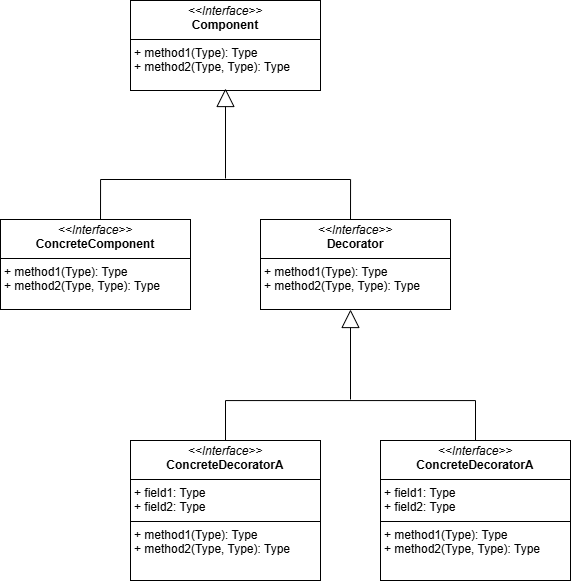
Above: diagrams/MVCT.drawio.png in TizianoLilli/ISPW-Project (draw.io), before the change. Source tidied: cells renumbered, new cells last; positions are measured from the earlier drawing's top-left corner, leaving out a move shared by most shapes. Source of this version:
```xml
<mxGraphModel>
  <root>
    <mxCell id="0" />
    <mxCell id="1" parent="0" />
    <mxCell id="2" style="edgeStyle=orthogonalEdgeStyle;rounded=0;jettySize=auto;html=1;exitX=0.5;exitY=0;exitDx=0;exitDy=0;entryX=0.5;entryY=0;entryDx=0;entryDy=0;endArrow=none;endFill=0;" parent="1" edge="1" source="3" target="4">
      <mxGeometry relative="1" as="geometry">
        <Array as="points">
          <mxPoint x="225" y="400" />
          <mxPoint x="475" y="400" />
        </Array>
      </mxGeometry>
    </mxCell>
    <mxCell id="3" value="&lt;p style=&quot;margin:0px;margin-top:4px;text-align:center;&quot;&gt;&lt;i&gt;&amp;lt;&amp;lt;Interface&amp;gt;&amp;gt;&lt;/i&gt;&lt;br&gt;&lt;b&gt;ConcreteDecoratorA&lt;/b&gt;&lt;/p&gt;&lt;hr size=&quot;1&quot; style=&quot;border-style:solid;&quot;&gt;&lt;p style=&quot;margin:0px;margin-left:4px;&quot;&gt;+ field1: Type&lt;br&gt;+ field2: Type&lt;/p&gt;&lt;hr size=&quot;1&quot; style=&quot;border-style:solid;&quot;&gt;&lt;p style=&quot;margin:0px;margin-left:4px;&quot;&gt;+ method1(Type): Type&lt;br&gt;+ method2(Type, Type): Type&lt;/p&gt;" style="verticalAlign=top;align=left;overflow=fill;html=1;whiteSpace=wrap;" parent="1" vertex="1">
      <mxGeometry x="130" y="440" width="190" height="140" as="geometry" />
    </mxCell>
    <mxCell id="4" value="&lt;p style=&quot;margin:0px;margin-top:4px;text-align:center;&quot;&gt;&lt;i&gt;&amp;lt;&amp;lt;Interface&amp;gt;&amp;gt;&lt;/i&gt;&lt;br&gt;&lt;b&gt;ConcreteDecoratorA&lt;/b&gt;&lt;/p&gt;&lt;hr size=&quot;1&quot; style=&quot;border-style:solid;&quot;&gt;&lt;p style=&quot;margin:0px;margin-left:4px;&quot;&gt;+ field1: Type&lt;br&gt;+ field2: Type&lt;/p&gt;&lt;hr size=&quot;1&quot; style=&quot;border-style:solid;&quot;&gt;&lt;p style=&quot;margin:0px;margin-left:4px;&quot;&gt;+ method1(Type): Type&lt;br&gt;+ method2(Type, Type): Type&lt;/p&gt;" style="verticalAlign=top;align=left;overflow=fill;html=1;whiteSpace=wrap;" parent="1" vertex="1">
      <mxGeometry x="380" y="440" width="190" height="140" as="geometry" />
    </mxCell>
    <mxCell id="5" style="endArrow=block;endSize=16;endFill=0;html=1;rounded=0;" parent="1" edge="1">
      <mxGeometry relative="1" as="geometry">
        <mxPoint x="350" y="399" as="sourcePoint" />
        <mxPoint x="350" y="309" as="targetPoint" />
      </mxGeometry>
    </mxCell>
    <mxCell id="6" value="&lt;p style=&quot;margin:0px;margin-top:4px;text-align:center;&quot;&gt;&lt;i&gt;&amp;lt;&amp;lt;Interface&amp;gt;&amp;gt;&lt;/i&gt;&lt;br&gt;&lt;b&gt;Decorator&lt;/b&gt;&lt;/p&gt;&lt;hr size=&quot;1&quot; style=&quot;border-style:solid;&quot;&gt;&lt;p style=&quot;margin:0px;margin-left:4px;&quot;&gt;+ method1(Type): Type&lt;br&gt;+ method2(Type, Type): Type&lt;/p&gt;" style="verticalAlign=top;align=left;overflow=fill;html=1;whiteSpace=wrap;" parent="1" vertex="1">
      <mxGeometry x="260" y="219" width="190" height="90" as="geometry" />
    </mxCell>
    <mxCell id="7" value="&lt;p style=&quot;margin:0px;margin-top:4px;text-align:center;&quot;&gt;&lt;i&gt;&amp;lt;&amp;lt;Interface&amp;gt;&amp;gt;&lt;/i&gt;&lt;br&gt;&lt;b&gt;Component&lt;/b&gt;&lt;/p&gt;&lt;hr size=&quot;1&quot; style=&quot;border-style:solid;&quot;&gt;&lt;p style=&quot;margin:0px;margin-left:4px;&quot;&gt;+ method1(Type): Type&lt;br&gt;+ method2(Type, Type): Type&lt;/p&gt;" style="verticalAlign=top;align=left;overflow=fill;html=1;whiteSpace=wrap;" parent="1" vertex="1">
      <mxGeometry x="130" width="190" height="90" as="geometry" />
    </mxCell>
    <mxCell id="8" style="group;" parent="1" vertex="1">
      <mxGeometry x="100" y="88" width="250" height="131" as="geometry" />
    </mxCell>
    <mxCell id="9" style="edgeStyle=orthogonalEdgeStyle;rounded=0;orthogonalLoop=1;jettySize=auto;html=1;exitX=0.5;exitY=0;exitDx=0;exitDy=0;entryX=0.5;entryY=0;entryDx=0;entryDy=0;endArrow=none;endFill=0;" parent="8" edge="1">
      <mxGeometry relative="1" as="geometry">
        <mxPoint y="131" as="sourcePoint" />
        <mxPoint x="250" y="131" as="targetPoint" />
        <Array as="points">
          <mxPoint y="91" />
          <mxPoint x="250" y="91" />
        </Array>
      </mxGeometry>
    </mxCell>
    <mxCell id="10" style="endArrow=block;endSize=16;endFill=0;html=1;rounded=0;" parent="8" edge="1">
      <mxGeometry relative="1" as="geometry">
        <mxPoint x="125" y="90" as="sourcePoint" />
        <mxPoint x="125" as="targetPoint" />
      </mxGeometry>
    </mxCell>
    <mxCell id="11" value="&lt;p style=&quot;margin:0px;margin-top:4px;text-align:center;&quot;&gt;&lt;i&gt;&amp;lt;&amp;lt;Interface&amp;gt;&amp;gt;&lt;/i&gt;&lt;br&gt;&lt;b&gt;ConcreteComponent&lt;/b&gt;&lt;/p&gt;&lt;hr size=&quot;1&quot; style=&quot;border-style:solid;&quot;&gt;&lt;p style=&quot;margin:0px;margin-left:4px;&quot;&gt;+ method1(Type): Type&lt;br&gt;+ method2(Type, Type): Type&lt;/p&gt;" style="verticalAlign=top;align=left;overflow=fill;html=1;whiteSpace=wrap;" parent="1" vertex="1">
      <mxGeometry y="219" width="190" height="90" as="geometry" />
    </mxCell>
  </root>
</mxGraphModel>
```
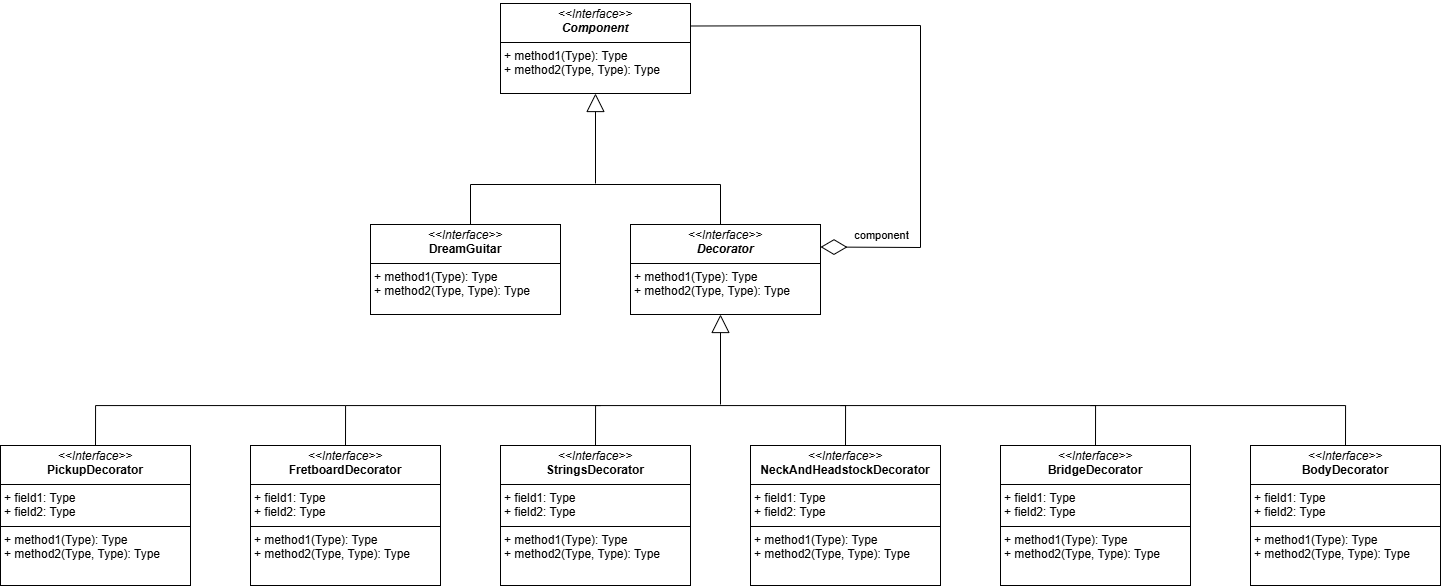
Above is the later version.

Diff of the diagram source:
```diff
@@ -2,31 +2,17 @@
   <root>
     <mxCell id="0" />
     <mxCell id="1" parent="0" />
-    <mxCell id="2" style="edgeStyle=orthogonalEdgeStyle;rounded=0;jettySize=auto;html=1;exitX=0.5;exitY=0;exitDx=0;exitDy=0;entryX=0.5;entryY=0;entryDx=0;entryDy=0;endArrow=none;endFill=0;" parent="1" edge="1" source="3" target="4">
-      <mxGeometry relative="1" as="geometry">
-        <Array as="points">
-          <mxPoint x="225" y="400" />
-          <mxPoint x="475" y="400" />
-        </Array>
-      </mxGeometry>
-    </mxCell>
-    <mxCell id="3" value="&lt;p style=&quot;margin:0px;margin-top:4px;text-align:center;&quot;&gt;&lt;i&gt;&amp;lt;&amp;lt;Interface&amp;gt;&amp;gt;&lt;/i&gt;&lt;br&gt;&lt;b&gt;ConcreteDecoratorA&lt;/b&gt;&lt;/p&gt;&lt;hr size=&quot;1&quot; style=&quot;border-style:solid;&quot;&gt;&lt;p style=&quot;margin:0px;margin-left:4px;&quot;&gt;+ field1: Type&lt;br&gt;+ field2: Type&lt;/p&gt;&lt;hr size=&quot;1&quot; style=&quot;border-style:solid;&quot;&gt;&lt;p style=&quot;margin:0px;margin-left:4px;&quot;&gt;+ method1(Type): Type&lt;br&gt;+ method2(Type, Type): Type&lt;/p&gt;" style="verticalAlign=top;align=left;overflow=fill;html=1;whiteSpace=wrap;" parent="1" vertex="1">
+    <mxCell id="3" value="&lt;p style=&quot;margin:0px;margin-top:4px;text-align:center;&quot;&gt;&lt;i&gt;&amp;lt;&amp;lt;Interface&amp;gt;&amp;gt;&lt;/i&gt;&lt;br&gt;&lt;b&gt;StringsDecorator&lt;/b&gt;&lt;/p&gt;&lt;hr size=&quot;1&quot; style=&quot;border-style:solid;&quot;&gt;&lt;p style=&quot;margin:0px;margin-left:4px;&quot;&gt;+ field1: Type&lt;br&gt;+ field2: Type&lt;/p&gt;&lt;hr size=&quot;1&quot; style=&quot;border-style:solid;&quot;&gt;&lt;p style=&quot;margin:0px;margin-left:4px;&quot;&gt;+ method1(Type): Type&lt;br&gt;+ method2(Type, Type): Type&lt;/p&gt;" style="verticalAlign=top;align=left;overflow=fill;html=1;whiteSpace=wrap;" parent="1" vertex="1">
       <mxGeometry x="130" y="440" width="190" height="140" as="geometry" />
     </mxCell>
-    <mxCell id="4" value="&lt;p style=&quot;margin:0px;margin-top:4px;text-align:center;&quot;&gt;&lt;i&gt;&amp;lt;&amp;lt;Interface&amp;gt;&amp;gt;&lt;/i&gt;&lt;br&gt;&lt;b&gt;ConcreteDecoratorA&lt;/b&gt;&lt;/p&gt;&lt;hr size=&quot;1&quot; style=&quot;border-style:solid;&quot;&gt;&lt;p style=&quot;margin:0px;margin-left:4px;&quot;&gt;+ field1: Type&lt;br&gt;+ field2: Type&lt;/p&gt;&lt;hr size=&quot;1&quot; style=&quot;border-style:solid;&quot;&gt;&lt;p style=&quot;margin:0px;margin-left:4px;&quot;&gt;+ method1(Type): Type&lt;br&gt;+ method2(Type, Type): Type&lt;/p&gt;" style="verticalAlign=top;align=left;overflow=fill;html=1;whiteSpace=wrap;" parent="1" vertex="1">
+    <mxCell id="4" value="&lt;p style=&quot;margin:0px;margin-top:4px;text-align:center;&quot;&gt;&lt;i&gt;&amp;lt;&amp;lt;Interface&amp;gt;&amp;gt;&lt;/i&gt;&lt;br&gt;&lt;b style=&quot;background-color: initial;&quot;&gt;NeckAndHeadstockDecorator&lt;/b&gt;&lt;/p&gt;&lt;hr size=&quot;1&quot; style=&quot;border-style:solid;&quot;&gt;&lt;p style=&quot;margin:0px;margin-left:4px;&quot;&gt;+ field1: Type&lt;br&gt;+ field2: Type&lt;/p&gt;&lt;hr size=&quot;1&quot; style=&quot;border-style:solid;&quot;&gt;&lt;p style=&quot;margin:0px;margin-left:4px;&quot;&gt;+ method1(Type): Type&lt;br&gt;+ method2(Type, Type): Type&lt;/p&gt;" style="verticalAlign=top;align=left;overflow=fill;html=1;whiteSpace=wrap;" parent="1" vertex="1">
       <mxGeometry x="380" y="440" width="190" height="140" as="geometry" />
     </mxCell>
-    <mxCell id="5" style="endArrow=block;endSize=16;endFill=0;html=1;rounded=0;" parent="1" edge="1">
-      <mxGeometry relative="1" as="geometry">
-        <mxPoint x="350" y="399" as="sourcePoint" />
-        <mxPoint x="350" y="309" as="targetPoint" />
-      </mxGeometry>
-    </mxCell>
-    <mxCell id="6" value="&lt;p style=&quot;margin:0px;margin-top:4px;text-align:center;&quot;&gt;&lt;i&gt;&amp;lt;&amp;lt;Interface&amp;gt;&amp;gt;&lt;/i&gt;&lt;br&gt;&lt;b&gt;Decorator&lt;/b&gt;&lt;/p&gt;&lt;hr size=&quot;1&quot; style=&quot;border-style:solid;&quot;&gt;&lt;p style=&quot;margin:0px;margin-left:4px;&quot;&gt;+ method1(Type): Type&lt;br&gt;+ method2(Type, Type): Type&lt;/p&gt;" style="verticalAlign=top;align=left;overflow=fill;html=1;whiteSpace=wrap;" parent="1" vertex="1">
+    <mxCell id="6" value="&lt;p style=&quot;margin:0px;margin-top:4px;text-align:center;&quot;&gt;&lt;i&gt;&amp;lt;&amp;lt;Interface&amp;gt;&amp;gt;&lt;/i&gt;&lt;br&gt;&lt;b&gt;&lt;i&gt;Decorator&lt;/i&gt;&lt;/b&gt;&lt;/p&gt;&lt;hr size=&quot;1&quot; style=&quot;border-style:solid;&quot;&gt;&lt;p style=&quot;margin:0px;margin-left:4px;&quot;&gt;+ method1(Type): Type&lt;br&gt;+ method2(Type, Type): Type&lt;/p&gt;" style="verticalAlign=top;align=left;overflow=fill;html=1;whiteSpace=wrap;" parent="1" vertex="1">
       <mxGeometry x="260" y="219" width="190" height="90" as="geometry" />
     </mxCell>
-    <mxCell id="7" value="&lt;p style=&quot;margin:0px;margin-top:4px;text-align:center;&quot;&gt;&lt;i&gt;&amp;lt;&amp;lt;Interface&amp;gt;&amp;gt;&lt;/i&gt;&lt;br&gt;&lt;b&gt;Component&lt;/b&gt;&lt;/p&gt;&lt;hr size=&quot;1&quot; style=&quot;border-style:solid;&quot;&gt;&lt;p style=&quot;margin:0px;margin-left:4px;&quot;&gt;+ method1(Type): Type&lt;br&gt;+ method2(Type, Type): Type&lt;/p&gt;" style="verticalAlign=top;align=left;overflow=fill;html=1;whiteSpace=wrap;" parent="1" vertex="1">
-      <mxGeometry x="130" width="190" height="90" as="geometry" />
+    <mxCell id="7" value="&lt;p style=&quot;margin:0px;margin-top:4px;text-align:center;&quot;&gt;&lt;i&gt;&amp;lt;&amp;lt;Interface&amp;gt;&amp;gt;&lt;/i&gt;&lt;br&gt;&lt;b&gt;&lt;i&gt;Component&lt;/i&gt;&lt;/b&gt;&lt;/p&gt;&lt;hr size=&quot;1&quot; style=&quot;border-style:solid;&quot;&gt;&lt;p style=&quot;margin:0px;margin-left:4px;&quot;&gt;+ method1(Type): Type&lt;br&gt;+ method2(Type, Type): Type&lt;/p&gt;" style="verticalAlign=top;align=left;overflow=fill;html=1;whiteSpace=wrap;" parent="1" vertex="1">
+      <mxGeometry x="130" y="-2" width="190" height="90" as="geometry" />
     </mxCell>
     <mxCell id="8" style="group;" parent="1" vertex="1">
       <mxGeometry x="100" y="88" width="250" height="131" as="geometry" />
@@ -47,8 +33,82 @@
         <mxPoint x="125" as="targetPoint" />
       </mxGeometry>
     </mxCell>
-    <mxCell id="11" value="&lt;p style=&quot;margin:0px;margin-top:4px;text-align:center;&quot;&gt;&lt;i&gt;&amp;lt;&amp;lt;Interface&amp;gt;&amp;gt;&lt;/i&gt;&lt;br&gt;&lt;b&gt;ConcreteComponent&lt;/b&gt;&lt;/p&gt;&lt;hr size=&quot;1&quot; style=&quot;border-style:solid;&quot;&gt;&lt;p style=&quot;margin:0px;margin-left:4px;&quot;&gt;+ method1(Type): Type&lt;br&gt;+ method2(Type, Type): Type&lt;/p&gt;" style="verticalAlign=top;align=left;overflow=fill;html=1;whiteSpace=wrap;" parent="1" vertex="1">
+    <mxCell id="11" value="&lt;p style=&quot;margin:0px;margin-top:4px;text-align:center;&quot;&gt;&lt;i&gt;&amp;lt;&amp;lt;Interface&amp;gt;&amp;gt;&lt;/i&gt;&lt;br&gt;&lt;b&gt;DreamGuitar&lt;/b&gt;&lt;/p&gt;&lt;hr size=&quot;1&quot; style=&quot;border-style:solid;&quot;&gt;&lt;p style=&quot;margin:0px;margin-left:4px;&quot;&gt;+ method1(Type): Type&lt;br&gt;+ method2(Type, Type): Type&lt;/p&gt;" style="verticalAlign=top;align=left;overflow=fill;html=1;whiteSpace=wrap;" parent="1" vertex="1">
       <mxGeometry y="219" width="190" height="90" as="geometry" />
     </mxCell>
+    <mxCell id="12" value="&lt;p style=&quot;margin:0px;margin-top:4px;text-align:center;&quot;&gt;&lt;i&gt;&amp;lt;&amp;lt;Interface&amp;gt;&amp;gt;&lt;/i&gt;&lt;br&gt;&lt;b&gt;BridgeDecorator&lt;/b&gt;&lt;/p&gt;&lt;hr size=&quot;1&quot; style=&quot;border-style:solid;&quot;&gt;&lt;p style=&quot;margin:0px;margin-left:4px;&quot;&gt;+ field1: Type&lt;br&gt;+ field2: Type&lt;/p&gt;&lt;hr size=&quot;1&quot; style=&quot;border-style:solid;&quot;&gt;&lt;p style=&quot;margin:0px;margin-left:4px;&quot;&gt;+ method1(Type): Type&lt;br&gt;+ method2(Type, Type): Type&lt;/p&gt;" style="verticalAlign=top;align=left;overflow=fill;html=1;whiteSpace=wrap;" parent="1" vertex="1">
+      <mxGeometry x="630" y="440" width="190" height="140" as="geometry" />
+    </mxCell>
+    <mxCell id="13" value="&lt;p style=&quot;margin:0px;margin-top:4px;text-align:center;&quot;&gt;&lt;i&gt;&amp;lt;&amp;lt;Interface&amp;gt;&amp;gt;&lt;/i&gt;&lt;br&gt;&lt;b&gt;FretboardDecorator&lt;/b&gt;&lt;/p&gt;&lt;hr size=&quot;1&quot; style=&quot;border-style:solid;&quot;&gt;&lt;p style=&quot;margin:0px;margin-left:4px;&quot;&gt;+ field1: Type&lt;br&gt;+ field2: Type&lt;/p&gt;&lt;hr size=&quot;1&quot; style=&quot;border-style:solid;&quot;&gt;&lt;p style=&quot;margin:0px;margin-left:4px;&quot;&gt;+ method1(Type): Type&lt;br&gt;+ method2(Type, Type): Type&lt;/p&gt;" style="verticalAlign=top;align=left;overflow=fill;html=1;whiteSpace=wrap;" parent="1" vertex="1">
+      <mxGeometry x="-120" y="440" width="190" height="140" as="geometry" />
+    </mxCell>
+    <mxCell id="14" value="&lt;p style=&quot;margin:0px;margin-top:4px;text-align:center;&quot;&gt;&lt;i&gt;&amp;lt;&amp;lt;Interface&amp;gt;&amp;gt;&lt;/i&gt;&lt;br&gt;&lt;b&gt;BodyDecorator&lt;/b&gt;&lt;/p&gt;&lt;hr size=&quot;1&quot; style=&quot;border-style:solid;&quot;&gt;&lt;p style=&quot;margin:0px;margin-left:4px;&quot;&gt;+ field1: Type&lt;br&gt;+ field2: Type&lt;/p&gt;&lt;hr size=&quot;1&quot; style=&quot;border-style:solid;&quot;&gt;&lt;p style=&quot;margin:0px;margin-left:4px;&quot;&gt;+ method1(Type): Type&lt;br&gt;+ method2(Type, Type): Type&lt;/p&gt;" style="verticalAlign=top;align=left;overflow=fill;html=1;whiteSpace=wrap;" parent="1" vertex="1">
+      <mxGeometry x="880" y="440" width="190" height="140" as="geometry" />
+    </mxCell>
+    <mxCell id="15" value="&lt;p style=&quot;margin:0px;margin-top:4px;text-align:center;&quot;&gt;&lt;i&gt;&amp;lt;&amp;lt;Interface&amp;gt;&amp;gt;&lt;/i&gt;&lt;br&gt;&lt;b&gt;PickupDecorator&lt;/b&gt;&lt;/p&gt;&lt;hr size=&quot;1&quot; style=&quot;border-style:solid;&quot;&gt;&lt;p style=&quot;margin:0px;margin-left:4px;&quot;&gt;+ field1: Type&lt;br&gt;+ field2: Type&lt;/p&gt;&lt;hr size=&quot;1&quot; style=&quot;border-style:solid;&quot;&gt;&lt;p style=&quot;margin:0px;margin-left:4px;&quot;&gt;+ method1(Type): Type&lt;br&gt;+ method2(Type, Type): Type&lt;/p&gt;" style="verticalAlign=top;align=left;overflow=fill;html=1;whiteSpace=wrap;" parent="1" vertex="1">
+      <mxGeometry x="-370" y="440" width="190" height="140" as="geometry" />
+    </mxCell>
+    <mxCell id="16" style="group;" parent="1" vertex="1">
+      <mxGeometry x="-275" y="309" width="1250" height="91.1" as="geometry" />
+    </mxCell>
+    <mxCell id="2" style="edgeStyle=orthogonalEdgeStyle;rounded=0;jettySize=auto;html=1;exitX=0.5;exitY=0;exitDx=0;exitDy=0;entryX=0.5;entryY=0;entryDx=0;entryDy=0;endArrow=none;endFill=0;" parent="16" edge="1" source="3" target="4">
+      <mxGeometry relative="1" as="geometry">
+        <Array as="points">
+          <mxPoint x="500" y="91" />
+          <mxPoint x="750" y="91" />
+        </Array>
+      </mxGeometry>
+    </mxCell>
+    <mxCell id="5" style="endArrow=block;endSize=16;endFill=0;html=1;rounded=0;" parent="16" edge="1">
+      <mxGeometry relative="1" as="geometry">
+        <mxPoint x="625" y="90" as="sourcePoint" />
+        <mxPoint x="625" as="targetPoint" />
+      </mxGeometry>
+    </mxCell>
+    <mxCell id="17" style="edgeStyle=orthogonalEdgeStyle;rounded=0;jettySize=auto;html=1;entryX=0.5;entryY=0;entryDx=0;entryDy=0;endArrow=none;endFill=0;" parent="16" edge="1" target="12">
+      <mxGeometry relative="1" as="geometry">
+        <mxPoint x="745" y="91.1" as="sourcePoint" />
+        <Array as="points">
+          <mxPoint x="1000" y="91" />
+        </Array>
+      </mxGeometry>
+    </mxCell>
+    <mxCell id="18" style="edgeStyle=orthogonalEdgeStyle;rounded=0;jettySize=auto;html=1;entryX=0.5;entryY=0;entryDx=0;entryDy=0;endArrow=none;endFill=0;" parent="16" edge="1" target="14">
+      <mxGeometry relative="1" as="geometry">
+        <mxPoint x="995" y="91.1" as="sourcePoint" />
+        <Array as="points">
+          <mxPoint x="1250" y="91" />
+        </Array>
+      </mxGeometry>
+    </mxCell>
+    <mxCell id="19" style="edgeStyle=orthogonalEdgeStyle;rounded=0;jettySize=auto;html=1;exitX=0.5;exitY=0;exitDx=0;exitDy=0;endArrow=none;endFill=0;" parent="16" edge="1" source="13">
+      <mxGeometry relative="1" as="geometry">
+        <mxPoint x="505" y="91.1" as="targetPoint" />
+        <Array as="points">
+          <mxPoint x="250" y="91" />
+        </Array>
+      </mxGeometry>
+    </mxCell>
+    <mxCell id="20" style="edgeStyle=orthogonalEdgeStyle;rounded=0;jettySize=auto;html=1;exitX=0.5;exitY=0;exitDx=0;exitDy=0;endArrow=none;endFill=0;" parent="16" edge="1" source="15">
+      <mxGeometry relative="1" as="geometry">
+        <mxPoint x="250" y="91.1" as="targetPoint" />
+        <Array as="points">
+          <mxPoint y="91" />
+        </Array>
+      </mxGeometry>
+    </mxCell>
+    <mxCell id="21" style="endArrow=diamondThin;endFill=0;endSize=24;html=1;rounded=0;entryX=1;entryY=0.25;entryDx=0;entryDy=0;exitX=1;exitY=0.25;exitDx=0;exitDy=0;" parent="1" edge="1" source="7" target="6">
+      <mxGeometry relative="1" as="geometry">
+        <Array as="points">
+          <mxPoint x="550" y="20" />
+          <mxPoint x="550" y="242" />
+        </Array>
+      </mxGeometry>
+    </mxCell>
+    <mxCell id="22" value="component" style="edgeLabel;html=1;align=center;verticalAlign=middle;" parent="21" vertex="1">
+      <mxGeometry x="0.78" y="-2" relative="1" as="geometry">
+        <mxPoint x="-1" y="-10" as="offset" />
+      </mxGeometry>
+    </mxCell>
   </root>
 </mxGraphModel>
```
